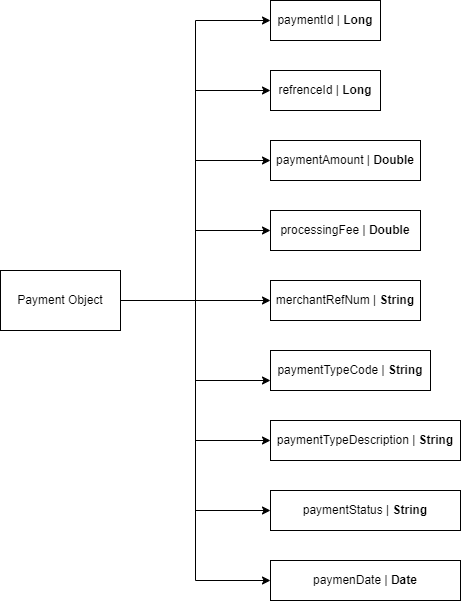
This is design-assets/PaymentObject.png from architsharmaa/mockPaymentGateway, a draw.io export, as it was before one commit. Source tidied: cells renumbered, new cells last; positions are measured from the earlier drawing's top-left corner, leaving out a move shared by most shapes.
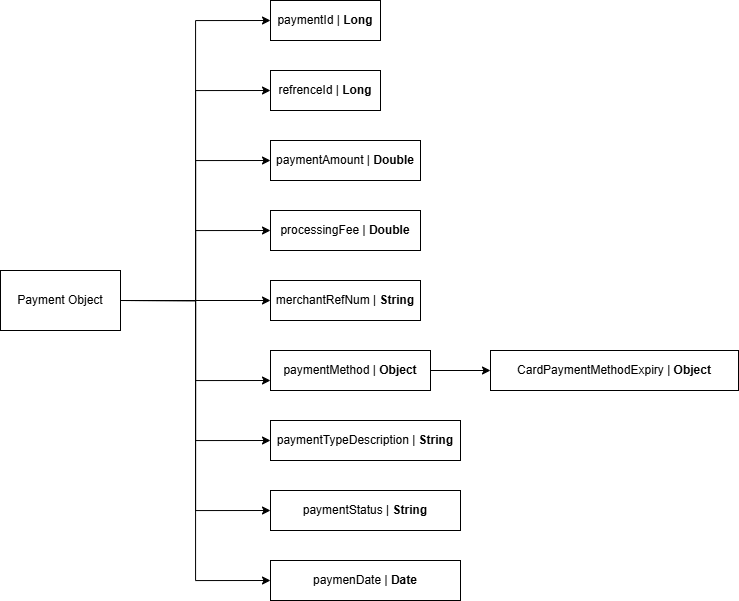
Above is the later version.

Commit message:
update the schema feilds add the payment method fucntionality transient

The edit, as a diff of the source:
```diff
@@ -47,7 +47,10 @@
     <mxCell id="16" value="merchantRefNum | &lt;b&gt;String&lt;/b&gt;" style="rounded=0;whiteSpace=wrap;html=1;" parent="1" vertex="1">
       <mxGeometry x="270" y="280" width="150" height="40" as="geometry" />
     </mxCell>
+    <mxCell id="21" style="edgeStyle=orthogonalEdgeStyle;rounded=0;jettySize=auto;html=1;exitX=1;exitY=0.5;exitDx=0;exitDy=0;" parent="1" edge="1" source="17" target="22">
+      <mxGeometry relative="1" as="geometry" />
+    </mxCell>
-    <mxCell id="17" value="paymentTypeCode | &lt;b&gt;String&lt;/b&gt;" style="rounded=0;whiteSpace=wrap;html=1;" parent="1" vertex="1">
+    <mxCell id="17" value="paymentMethod | &lt;b&gt;Object&lt;/b&gt;" style="rounded=0;whiteSpace=wrap;html=1;" parent="1" vertex="1">
       <mxGeometry x="270" y="350" width="160" height="40" as="geometry" />
     </mxCell>
     <mxCell id="18" value="paymentTypeDescription | &lt;b&gt;String&lt;/b&gt;" style="rounded=0;whiteSpace=wrap;html=1;" parent="1" vertex="1">
@@ -59,5 +62,8 @@
     <mxCell id="20" value="paymenDate | &lt;b&gt;Date&lt;/b&gt;" style="rounded=0;whiteSpace=wrap;html=1;" parent="1" vertex="1">
       <mxGeometry x="270" y="560" width="190" height="40" as="geometry" />
     </mxCell>
+    <mxCell id="22" value="CardPaymentMethodExpiry | &lt;b&gt;Object&lt;/b&gt;" style="rounded=0;whiteSpace=wrap;html=1;" parent="1" vertex="1">
+      <mxGeometry x="490" y="350" width="248" height="40" as="geometry" />
+    </mxCell>
   </root>
 </mxGraphModel>
```
